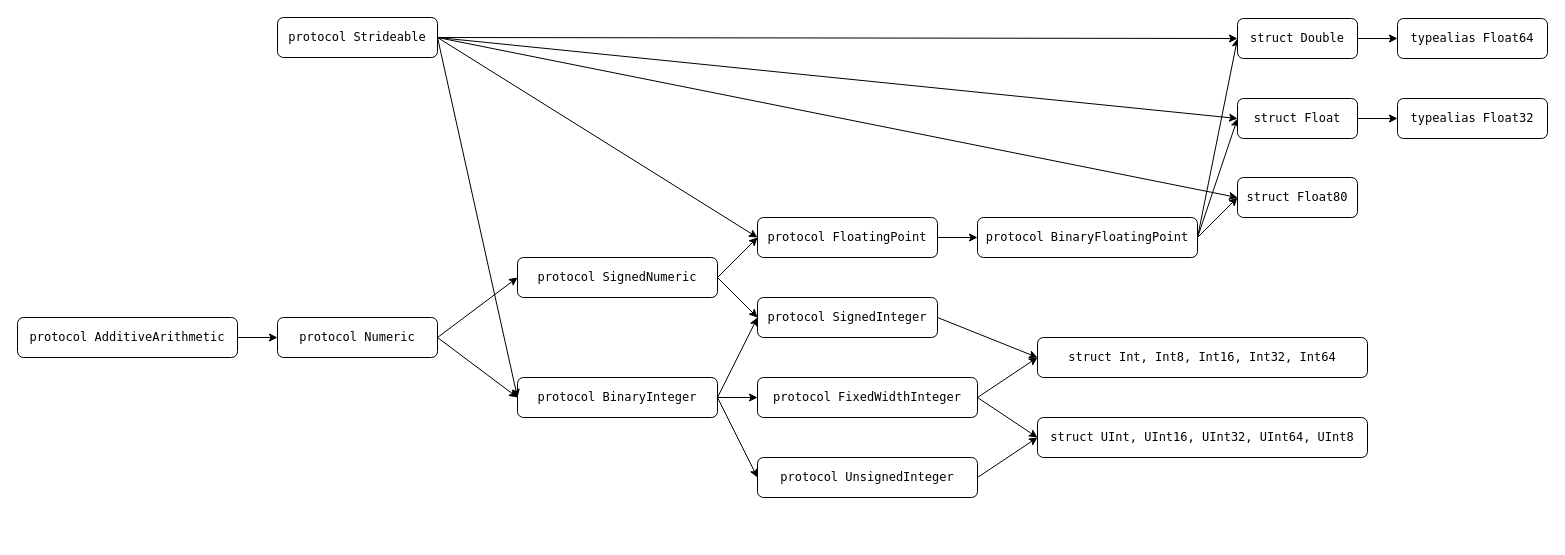
Above: Untitled Diagram.drawio in zarinabakirova/Swift-Schemes (draw.io), before the change. Source tidied: cells renumbered, new cells numbered last; positions are measured from the earlier drawing's top-left corner, leaving out a move shared by most shapes. Both pictures are drawn from the tidied source at 100%, with x=0, y=0 at pixel (17, 17).
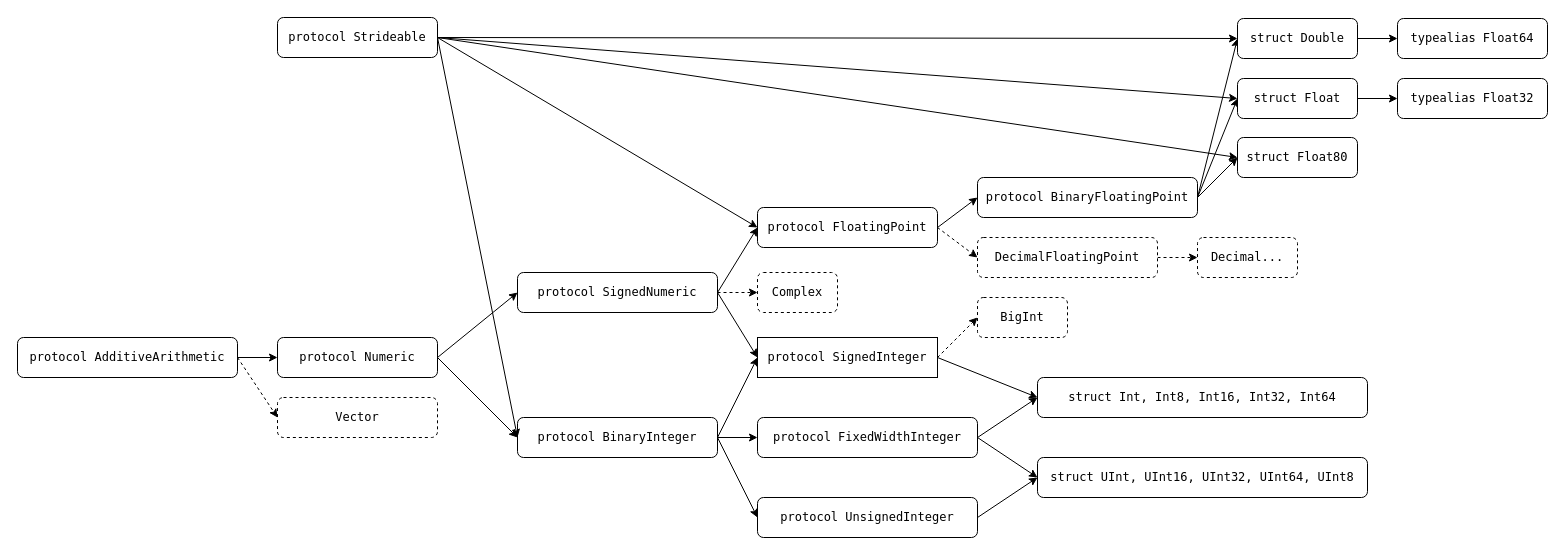
Above is the later version.

The edit, as a diff of the source:
```diff
@@
     <mxCell id="4" value="&lt;div&gt;&lt;div&gt;&lt;div&gt;&lt;div&gt;&lt;div&gt;&lt;div&gt;&lt;div&gt;&lt;div&gt;&lt;div&gt;&lt;div&gt;&lt;div&gt;&lt;div&gt;&lt;div&gt;&lt;div&gt;&lt;div&gt;&lt;span&gt;&lt;div&gt;&lt;div&gt;&lt;div&gt;&lt;div&gt;&lt;div&gt;&lt;div&gt;&lt;div&gt;&lt;div&gt;&lt;div&gt;&lt;div&gt;&lt;div&gt;&lt;div&gt;&lt;div&gt;&lt;div&gt;&lt;div&gt;&lt;div&gt;&lt;div&gt;&lt;div&gt;&lt;div&gt;&lt;div&gt;&lt;span&gt;&lt;div&gt;&lt;div&gt;&lt;div&gt;&lt;div&gt;&lt;div&gt;&lt;div&gt;&lt;div&gt;&lt;div&gt;&lt;div&gt;&lt;div&gt;&lt;div&gt;&lt;div&gt;&lt;div&gt;&lt;div&gt;&lt;div&gt;&lt;div&gt;&lt;table&gt;&lt;tbody&gt;&lt;tr&gt;&lt;td height=&quot;21&quot;&gt;protocol FixedWidthInteger&lt;/td&gt;&lt;/tr&gt;&lt;/tbody&gt;&lt;/table&gt;&lt;/div&gt;&lt;/div&gt;&lt;/div&gt;&lt;/div&gt;&lt;/div&gt;&lt;/div&gt;&lt;/div&gt;&lt;/div&gt;&lt;/div&gt;&lt;/div&gt;&lt;/div&gt;&lt;/div&gt;&lt;/div&gt;&lt;/div&gt;&lt;/div&gt;&lt;/div&gt;&lt;/span&gt;&lt;/div&gt;&lt;/div&gt;&lt;/div&gt;&lt;/div&gt;&lt;/div&gt;&lt;/div&gt;&lt;/div&gt;&lt;/div&gt;&lt;/div&gt;&lt;/div&gt;&lt;/div&gt;&lt;/div&gt;&lt;/div&gt;&lt;/div&gt;&lt;/div&gt;&lt;/div&gt;&lt;/div&gt;&lt;/div&gt;&lt;/div&gt;&lt;/div&gt;&lt;/span&gt;&lt;/div&gt;&lt;/div&gt;&lt;/div&gt;&lt;/div&gt;&lt;/div&gt;&lt;/div&gt;&lt;/div&gt;&lt;/div&gt;&lt;/div&gt;&lt;/div&gt;&lt;/div&gt;&lt;/div&gt;&lt;/div&gt;&lt;/div&gt;&lt;/div&gt;" style="rounded=1;whiteSpace=wrap;html=1;fontFamily=Menlo;" parent="1" vertex="1">
-      <mxGeometry x="740" y="360" width="220" height="40" as="geometry" />
+      <mxGeometry x="740" y="400" width="220" height="40" as="geometry" />
     </mxCell>
@@
+    <mxCell id="42" style="edgeStyle=none;rounded=0;jettySize=auto;html=1;exitX=1;exitY=0.5;exitDx=0;exitDy=0;entryX=0;entryY=0.5;entryDx=0;entryDy=0;dashed=1;" parent="1" edge="1" source="6" target="51">
+      <mxGeometry relative="1" as="geometry" />
+    </mxCell>
-    <mxCell id="6" value="&lt;span&gt;&lt;span&gt;&lt;table&gt;&lt;tbody&gt;&lt;tr&gt;&lt;td height=&quot;21&quot;&gt;protocol SignedInteger&lt;/td&gt;&lt;/tr&gt;&lt;/tbody&gt;&lt;/table&gt;&lt;/span&gt;&lt;/span&gt;" style="rounded=1;whiteSpace=wrap;html=1;fontFamily=Menlo;" parent="1" vertex="1">
-      <mxGeometry x="740" y="280" width="180" height="40" as="geometry" />
+    <mxCell id="6" value="&lt;span&gt;&lt;span&gt;&lt;table&gt;&lt;tbody&gt;&lt;tr&gt;&lt;td height=&quot;21&quot;&gt;protocol SignedInteger&lt;/td&gt;&lt;/tr&gt;&lt;/tbody&gt;&lt;/table&gt;&lt;/span&gt;&lt;/span&gt;" style="rounded=1;whiteSpace=wrap;html=1;fontFamily=Menlo;arcSize=0;" parent="1" vertex="1">
+      <mxGeometry x="740" y="320" width="180" height="40" as="geometry" />
     </mxCell>
     <mxCell id="7" value="&lt;span&gt;&lt;span&gt;struct Int,&amp;nbsp;&lt;/span&gt;&lt;/span&gt;Int8, Int16, Int32, Int64&lt;span&gt;&lt;span&gt;&lt;br&gt;&lt;/span&gt;&lt;/span&gt;" style="rounded=1;whiteSpace=wrap;html=1;fontFamily=Menlo;" parent="1" vertex="1">
-      <mxGeometry x="1020" y="320" width="330" height="40" as="geometry" />
+      <mxGeometry x="1020" y="360" width="330" height="40" as="geometry" />
     </mxCell>
@@
     <mxCell id="11" value="&lt;span&gt;&lt;span&gt;protocol BinaryInteger&lt;br&gt;&lt;/span&gt;&lt;/span&gt;" style="rounded=1;whiteSpace=wrap;html=1;fontFamily=Menlo;" parent="1" vertex="1">
-      <mxGeometry x="500" y="360" width="200" height="40" as="geometry" />
+      <mxGeometry x="500" y="400" width="200" height="40" as="geometry" />
     </mxCell>
     <mxCell id="12" value="struct&amp;nbsp;&lt;span&gt;&lt;span&gt;UInt, UInt16, UInt32, UInt64, UInt8&lt;br&gt;&lt;/span&gt;&lt;/span&gt;" style="rounded=1;whiteSpace=wrap;html=1;fontFamily=Menlo;" parent="1" vertex="1">
-      <mxGeometry x="1020" y="400" width="330" height="40" as="geometry" />
+      <mxGeometry x="1020" y="440" width="330" height="40" as="geometry" />
     </mxCell>
@@
     <mxCell id="14" value="&lt;span&gt;&lt;span&gt;protocol UnsignedInteger&lt;br&gt;&lt;/span&gt;&lt;/span&gt;" style="rounded=1;whiteSpace=wrap;html=1;fontFamily=Menlo;" parent="1" vertex="1">
-      <mxGeometry x="740" y="440" width="220" height="40" as="geometry" />
+      <mxGeometry x="740" y="480" width="220" height="40" as="geometry" />
     </mxCell>
@@
+    <mxCell id="43" style="rounded=0;jettySize=auto;html=1;exitX=1;exitY=0.5;exitDx=0;exitDy=0;entryX=0;entryY=0.5;entryDx=0;entryDy=0;dashed=1;" parent="1" edge="1" source="25" target="46">
+      <mxGeometry relative="1" as="geometry" />
+    </mxCell>
     <mxCell id="17" value="&lt;span&gt;&lt;span&gt;protocol Numeric&lt;br&gt;&lt;/span&gt;&lt;/span&gt;" style="rounded=1;whiteSpace=wrap;html=1;fontFamily=Menlo;" parent="1" vertex="1">
-      <mxGeometry x="260" y="300" width="160" height="40" as="geometry" />
+      <mxGeometry x="260" y="320" width="160" height="40" as="geometry" />
     </mxCell>
@@
     <mxCell id="25" value="&lt;span&gt;&lt;span&gt;protocol AdditiveArithmetic&lt;br&gt;&lt;/span&gt;&lt;/span&gt;" style="rounded=1;whiteSpace=wrap;html=1;fontFamily=Menlo;" parent="1" vertex="1">
-      <mxGeometry y="300" width="220" height="40" as="geometry" />
+      <mxGeometry y="320" width="220" height="40" as="geometry" />
     </mxCell>
@@
     <mxCell id="29" value="&lt;span&gt;&lt;span&gt;protocol BinaryFloatingPoint&lt;br&gt;&lt;/span&gt;&lt;/span&gt;" style="rounded=1;whiteSpace=wrap;html=1;fontFamily=Menlo;" parent="1" vertex="1">
-      <mxGeometry x="960" y="200" width="220" height="40" as="geometry" />
+      <mxGeometry x="960" y="160" width="220" height="40" as="geometry" />
     </mxCell>
@@
+    <mxCell id="44" style="edgeStyle=none;rounded=0;jettySize=auto;html=1;exitX=1;exitY=0.5;exitDx=0;exitDy=0;entryX=0;entryY=0.5;entryDx=0;entryDy=0;dashed=1;" parent="1" edge="1" source="31" target="49">
+      <mxGeometry relative="1" as="geometry" />
+    </mxCell>
     <mxCell id="31" value="&lt;span&gt;&lt;span&gt;protocol FloatingPoint&lt;br&gt;&lt;/span&gt;&lt;/span&gt;" style="rounded=1;whiteSpace=wrap;html=1;fontFamily=Menlo;" parent="1" vertex="1">
-      <mxGeometry x="740" y="200" width="180" height="40" as="geometry" />
+      <mxGeometry x="740" y="190" width="180" height="40" as="geometry" />
     </mxCell>
@@
     <mxCell id="35" value="&lt;span&gt;&lt;span&gt;struct Float&lt;br&gt;&lt;/span&gt;&lt;/span&gt;" style="rounded=1;whiteSpace=wrap;html=1;fontFamily=Menlo;" parent="1" vertex="1">
-      <mxGeometry x="1220" y="81" width="120" height="40" as="geometry" />
+      <mxGeometry x="1220" y="61" width="120" height="40" as="geometry" />
     </mxCell>
     <mxCell id="36" value="&lt;span&gt;&lt;span&gt;struct Float80&lt;br&gt;&lt;/span&gt;&lt;/span&gt;" style="rounded=1;whiteSpace=wrap;html=1;fontFamily=Menlo;" parent="1" vertex="1">
-      <mxGeometry x="1220" y="160" width="120" height="40" as="geometry" />
+      <mxGeometry x="1220" y="120" width="120" height="40" as="geometry" />
     </mxCell>
     <mxCell id="37" value="&lt;span&gt;&lt;span&gt;&lt;span&gt;typealias Float32&lt;/span&gt;&lt;br&gt;&lt;/span&gt;&lt;/span&gt;" style="rounded=1;whiteSpace=wrap;html=1;fontFamily=Menlo;" parent="1" vertex="1">
-      <mxGeometry x="1380" y="81" width="150" height="40" as="geometry" />
+      <mxGeometry x="1380" y="61" width="150" height="40" as="geometry" />
     </mxCell>
@@
+    <mxCell id="45" style="edgeStyle=none;rounded=0;jettySize=auto;html=1;exitX=1;exitY=0.5;exitDx=0;exitDy=0;entryX=0;entryY=0.5;entryDx=0;entryDy=0;dashed=1;" parent="1" edge="1" source="41" target="47">
+      <mxGeometry relative="1" as="geometry" />
+    </mxCell>
     <mxCell id="41" value="&lt;span&gt;&lt;span&gt;&lt;span&gt;protocol SignedNumeric&lt;/span&gt;&lt;br&gt;&lt;/span&gt;&lt;/span&gt;" style="rounded=1;whiteSpace=wrap;html=1;fontFamily=Menlo;" parent="1" vertex="1">
-      <mxGeometry x="500" y="240" width="200" height="40" as="geometry" />
+      <mxGeometry x="500" y="255" width="200" height="40" as="geometry" />
     </mxCell>
+    <mxCell id="46" value="&lt;span&gt;&lt;span&gt;Vector&lt;br&gt;&lt;/span&gt;&lt;/span&gt;" style="rounded=1;whiteSpace=wrap;html=1;fontFamily=Menlo;dashed=1;" parent="1" vertex="1">
+      <mxGeometry x="260" y="380" width="160" height="40" as="geometry" />
+    </mxCell>
+    <mxCell id="47" value="&lt;span&gt;&lt;span&gt;Complex&lt;br&gt;&lt;/span&gt;&lt;/span&gt;" style="rounded=1;whiteSpace=wrap;html=1;fontFamily=Menlo;dashed=1;" parent="1" vertex="1">
+      <mxGeometry x="740" y="255" width="80" height="40" as="geometry" />
+    </mxCell>
+    <mxCell id="48" style="edgeStyle=none;rounded=0;jettySize=auto;html=1;exitX=1;exitY=0.5;exitDx=0;exitDy=0;entryX=0;entryY=0.5;entryDx=0;entryDy=0;dashed=1;" parent="1" edge="1" source="49" target="50">
+      <mxGeometry relative="1" as="geometry" />
+    </mxCell>
+    <mxCell id="49" value="&lt;span&gt;&lt;span&gt;DecimalFloatingPoint&lt;br&gt;&lt;/span&gt;&lt;/span&gt;" style="rounded=1;whiteSpace=wrap;html=1;fontFamily=Menlo;dashed=1;" parent="1" vertex="1">
+      <mxGeometry x="960" y="220" width="180" height="40" as="geometry" />
+    </mxCell>
+    <mxCell id="50" value="&lt;span&gt;&lt;span&gt;Decimal...&lt;br&gt;&lt;/span&gt;&lt;/span&gt;" style="rounded=1;whiteSpace=wrap;html=1;fontFamily=Menlo;dashed=1;" parent="1" vertex="1">
+      <mxGeometry x="1180" y="220" width="100" height="40" as="geometry" />
+    </mxCell>
+    <mxCell id="51" value="&lt;span&gt;&lt;span&gt;BigInt&lt;br&gt;&lt;/span&gt;&lt;/span&gt;" style="rounded=1;whiteSpace=wrap;html=1;fontFamily=Menlo;dashed=1;" parent="1" vertex="1">
+      <mxGeometry x="960" y="280" width="90" height="40" as="geometry" />
+    </mxCell>
```
